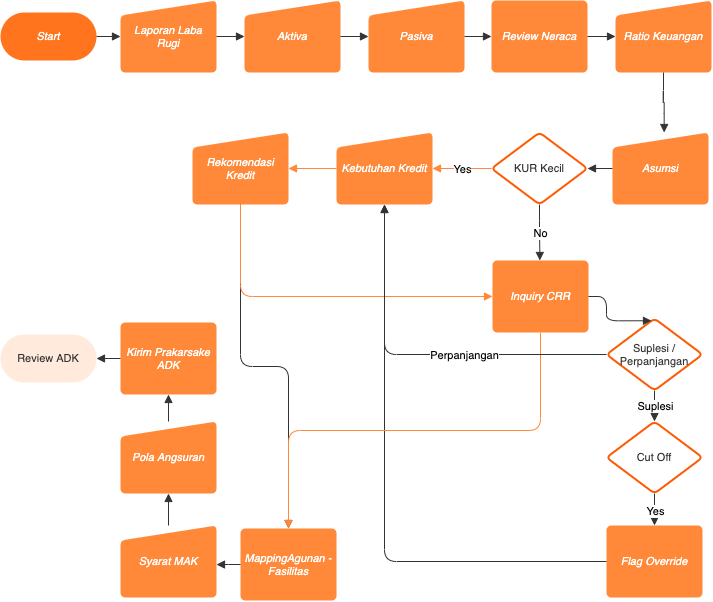
Before: suplesi_perpanjangan_web-prakarsa suplesi perpanjangan web.png, a diagram exported from draw.io (icdelight/flowchart). Source tidied: cells renumbered, new cells last; positions are measured from the earlier drawing's top-left corner, leaving out a move shared by most shapes.
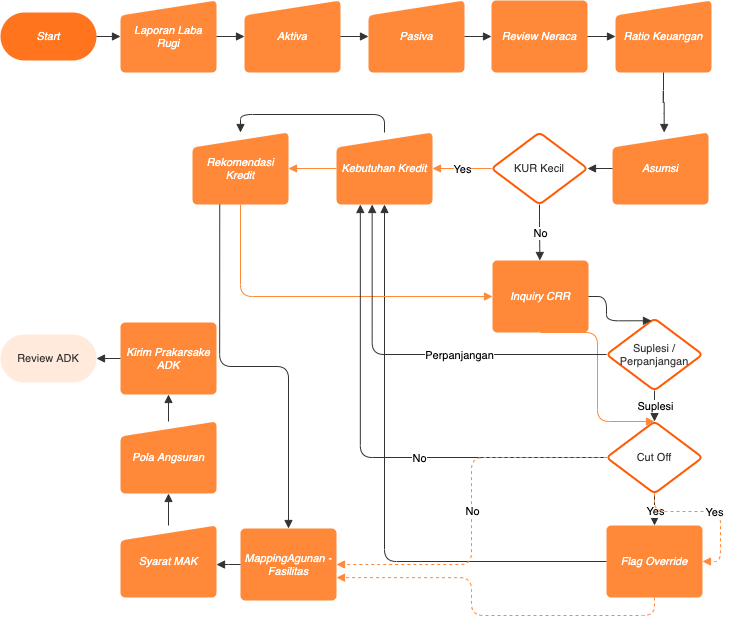
After the commit.

The edit, as a diff of the source:
```diff
@@ -116,7 +116,7 @@
     <mxCell id="39" style="html=1;jettySize=18;fontSize=11;strokeColor=#333333;strokeOpacity=100;rounded=1;arcSize=24;edgeStyle=orthogonalEdgeStyle;startArrow=none;endArrow=block;endFill=1;exitX=0;exitY=0.5;exitPerimeter=1;entryX=1;entryY=0.5;entryPerimeter=1;" parent="1" edge="1" source="16" target="5">
       <mxGeometry relative="1" as="geometry" />
     </mxCell>
-    <mxCell id="40" style="html=1;jettySize=18;fontSize=11;strokeColor=#333333;strokeOpacity=100;rounded=1;arcSize=24;edgeStyle=orthogonalEdgeStyle;startArrow=none;endArrow=block;endFill=1;exitX=0.5;exitY=1;exitPerimeter=1;entryX=0.5000000000000007;entryY=0;entryPerimeter=1;" parent="1" edge="1" source="12" target="15">
+    <mxCell id="40" style="html=1;jettySize=18;fontSize=11;strokeColor=#333333;strokeOpacity=100;rounded=1;arcSize=24;edgeStyle=orthogonalEdgeStyle;startArrow=none;endArrow=block;endFill=1;exitX=0.2837056243548751;exitY=1;exitPerimeter=1;entryX=0.5000000000000007;entryY=0;entryPerimeter=1;" parent="1" edge="1" source="12" target="15">
       <mxGeometry relative="1" as="geometry" />
     </mxCell>
     <mxCell id="41" style="html=1;jettySize=18;fontSize=11;fontColor=#333333;align=center;strokeColor=#ff8839;strokeOpacity=100;rounded=1;arcSize=24;edgeStyle=orthogonalEdgeStyle;endArrow=block;endFill=1;exitX=0.011610882875622596;exitY=0.5;exitPerimeter=1;entryX=1;entryY=0.5;entryPerimeter=1;" parent="1" edge="1" source="31" target="11">
@@ -131,14 +131,40 @@
     <mxCell id="44" style="html=1;jettySize=18;fontSize=11;strokeColor=#ff8839;strokeOpacity=100;rounded=1;arcSize=24;edgeStyle=orthogonalEdgeStyle;endArrow=block;endFill=1;exitX=0.5;exitY=1;exitPerimeter=1;entryX=0;entryY=0.5;entryPerimeter=1;" parent="1" edge="1" source="12" target="17">
       <mxGeometry relative="1" as="geometry" />
     </mxCell>
-    <mxCell id="45" style="html=1;jettySize=18;fontSize=11;strokeColor=#ff8839;strokeOpacity=100;rounded=1;arcSize=24;edgeStyle=orthogonalEdgeStyle;endArrow=block;endFill=1;exitX=0.5;exitY=1;exitPerimeter=1;entryX=0.5;entryY=0;entryPerimeter=1;" parent="1" edge="1" source="17" target="15">
-      <mxGeometry relative="1" as="geometry" />
+    <mxCell id="45" style="html=1;jettySize=18;fontSize=11;strokeColor=#ff8839;strokeOpacity=100;rounded=1;arcSize=24;edgeStyle=elbowEdgeStyle;endArrow=block;endFill=1;exitX=0.5;exitY=1;exitPerimeter=1;" parent="1" edge="1" source="17">
+      <mxGeometry relative="1" as="geometry">
+        <mxPoint x="654" y="421" as="targetPoint" />
+      </mxGeometry>
     </mxCell>
-    <mxCell id="46" style="html=1;jettySize=18;fontSize=11;fontColor=#333333;align=center;strokeColor=#333333;strokeOpacity=100;rounded=1;arcSize=24;edgeStyle=orthogonalEdgeStyle;startArrow=none;endArrow=block;endFill=1;exitX=0.011610882875622596;exitY=0.5;exitPerimeter=1;entryX=0.5;entryY=1;entryPerimeter=1;" parent="1" edge="1" source="25" target="11">
+    <mxCell id="46" style="html=1;jettySize=18;fontSize=11;fontColor=#333333;align=center;strokeColor=#333333;strokeOpacity=100;rounded=1;arcSize=24;edgeStyle=orthogonalEdgeStyle;startArrow=none;endArrow=block;endFill=1;exitX=0.011610882875622596;exitY=0.5;exitPerimeter=1;entryX=0.37120040011675287;entryY=1;entryPerimeter=1;" parent="1" edge="1" source="25" target="11">
       <mxGeometry relative="1" as="geometry" />
     </mxCell>
     <mxCell id="47" value="Perpanjangan" style="text;html=1;labelBackgroundColor=#ffffff;align=center;verticalAlign=middle;fontSize=11;" parent="46" vertex="1">
       <mxGeometry x="-0.23" relative="1" as="geometry" />
     </mxCell>
+    <mxCell id="48" style="html=1;jettySize=18;fontSize=11;fontColor=#333333;align=center;strokeColor=#333333;strokeOpacity=100;rounded=1;arcSize=24;edgeStyle=orthogonalEdgeStyle;startArrow=none;endArrow=block;endFill=1;exitX=0.011610882875622596;exitY=0.5;exitPerimeter=1;entryX=0.24818473474272765;entryY=1;entryPerimeter=1;" parent="1" edge="1" source="4" target="11">
+      <mxGeometry relative="1" as="geometry" />
+    </mxCell>
+    <mxCell id="49" value="No" style="text;html=1;labelBackgroundColor=#ffffff;align=center;verticalAlign=middle;fontSize=11;" parent="48" vertex="1">
+      <mxGeometry x="-0.25" relative="1" as="geometry" />
+    </mxCell>
+    <mxCell id="50" style="html=1;jettySize=18;fontSize=11;strokeColor=#333333;strokeOpacity=100;rounded=1;arcSize=24;edgeStyle=orthogonalEdgeStyle;startArrow=none;endArrow=block;endFill=1;exitX=0.5;exitY=0.08299999999999995;exitPerimeter=1;entryX=0.5;entryY=0.1;entryPerimeter=1;" parent="1" edge="1" source="11" target="12">
+      <mxGeometry relative="1" as="geometry" />
+    </mxCell>
+    <mxCell id="51" style="html=1;jettySize=18;fontSize=11;fontColor=#333333;align=center;strokeColor=#ff8839;strokeOpacity=100;dashed=1;rounded=1;arcSize=24;edgeStyle=orthogonalEdgeStyle;startArrow=none;endArrow=block;endFill=1;exitX=0.5;exitY=0.9923865597372427;exitPerimeter=1;entryX=1;entryY=0.5;entryPerimeter=1;" parent="1" edge="1" source="4" target="18">
+      <mxGeometry relative="1" as="geometry" />
+    </mxCell>
+    <mxCell id="52" value="Yes" style="text;html=1;labelBackgroundColor=#ffffff;align=center;verticalAlign=middle;fontSize=11;" parent="51" vertex="1">
+      <mxGeometry relative="1" as="geometry" />
+    </mxCell>
+    <mxCell id="53" style="html=1;jettySize=18;fontSize=11;fontColor=#333333;align=center;strokeColor=#ff8839;strokeOpacity=100;dashed=1;rounded=1;arcSize=24;edgeStyle=orthogonalEdgeStyle;startArrow=none;endArrow=block;endFill=1;exitX=0.011610882875622596;exitY=0.5;exitPerimeter=1;entryX=1;entryY=0.5;entryPerimeter=1;" parent="1" edge="1" source="4" target="15">
+      <mxGeometry relative="1" as="geometry" />
+    </mxCell>
+    <mxCell id="54" value="No" style="text;html=1;labelBackgroundColor=#ffffff;align=center;verticalAlign=middle;fontSize=11;" parent="53" vertex="1">
+      <mxGeometry relative="1" as="geometry" />
+    </mxCell>
+    <mxCell id="55" style="html=1;jettySize=18;fontSize=11;strokeColor=#ff8839;strokeOpacity=100;dashed=1;rounded=1;arcSize=24;edgeStyle=orthogonalEdgeStyle;startArrow=none;endArrow=block;endFill=1;exitX=0.5;exitY=1;exitPerimeter=1;entryX=1;entryY=0.6823938480844163;entryPerimeter=1;" parent="1" edge="1" source="18" target="15">
+      <mxGeometry relative="1" as="geometry" />
+    </mxCell>
   </root>
 </mxGraphModel>
```
